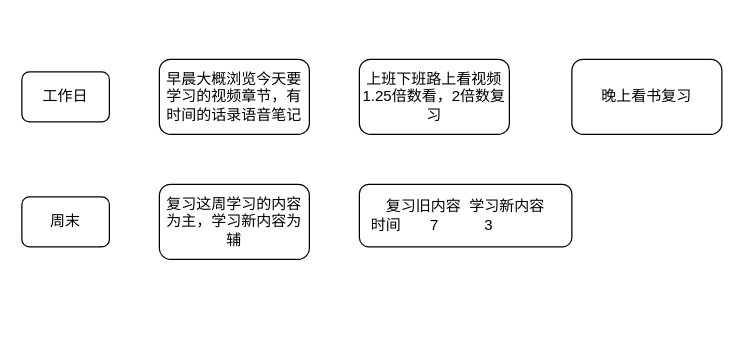
The draw.io diagram 正常的学习流程.drawio in Chenguoqing2008/drawio, before the edit. Source tidied: cells renumbered, new cells numbered last; positions are measured from the earlier drawing's top-left corner, leaving out a move shared by most shapes. Both pictures are drawn from the tidied source at 125%, with x=0, y=0 at pixel (21, 59).
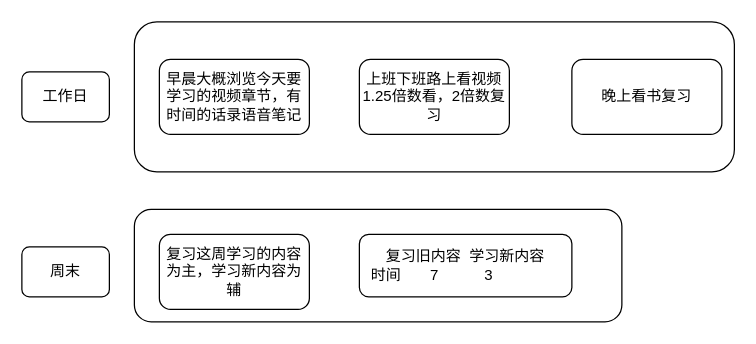
Above is the later version.

Commit message (it also covers changes not shown here):
Update 正常的学习流程.drawio

What changed in the source:
```diff
@@
 <mxGraphModel>
   <root>
     <mxCell id="0" />
     <mxCell id="1" parent="0" />
+    <mxCell id="9" style="rounded=1;whiteSpace=wrap;html=1;" parent="1" vertex="1">
+      <mxGeometry x="90" y="120" width="390" height="90" as="geometry" />
+    </mxCell>
+    <mxCell id="10" style="rounded=1;whiteSpace=wrap;html=1;" parent="1" vertex="1">
+      <mxGeometry x="90" y="-30" width="480" height="120" as="geometry" />
+    </mxCell>
     <mxCell id="2" value="早晨大概浏览今天要学习的视频章节，有时间的话录语音笔记" style="rounded=1;whiteSpace=wrap;html=1;" parent="1" vertex="1">
       <mxGeometry x="110" width="120" height="60" as="geometry" />
     </mxCell>
     <mxCell id="3" value="工作日" style="rounded=1;whiteSpace=wrap;html=1;" parent="1" vertex="1">
       <mxGeometry y="10" width="70" height="40" as="geometry" />
     </mxCell>
     <mxCell id="4" value="上班下班路上看视频1.25倍数看，2倍数复习" style="rounded=1;whiteSpace=wrap;html=1;" parent="1" vertex="1">
       <mxGeometry x="270" width="120" height="60" as="geometry" />
     </mxCell>
     <mxCell id="5" value="晚上看书复习" style="rounded=1;whiteSpace=wrap;html=1;" parent="1" vertex="1">
       <mxGeometry x="440" width="120" height="60" as="geometry" />
     </mxCell>
     <mxCell id="6" value="周末" style="rounded=1;whiteSpace=wrap;html=1;" parent="1" vertex="1">
-      <mxGeometry y="110" width="70" height="40" as="geometry" />
+      <mxGeometry y="150" width="70" height="40" as="geometry" />
     </mxCell>
     <mxCell id="7" value="复习这周学习的内容为主，学习新内容为辅" style="rounded=1;whiteSpace=wrap;html=1;" parent="1" vertex="1">
-      <mxGeometry x="110" y="100" width="120" height="60" as="geometry" />
+      <mxGeometry x="110" y="140" width="120" height="60" as="geometry" />
     </mxCell>
     <mxCell id="8" value="复习旧内容&amp;nbsp; 学习新内容&lt;br&gt;时间&amp;nbsp; &amp;nbsp; &amp;nbsp; &amp;nbsp;7&amp;nbsp; &amp;nbsp; &amp;nbsp; &amp;nbsp; &amp;nbsp; &amp;nbsp;3&amp;nbsp; &amp;nbsp; &amp;nbsp; &amp;nbsp; &amp;nbsp; &amp;nbsp; &amp;nbsp; &amp;nbsp;&amp;nbsp;&lt;br&gt;" style="rounded=1;whiteSpace=wrap;html=1;" parent="1" vertex="1">
-      <mxGeometry x="270" y="100" width="170" height="50" as="geometry" />
+      <mxGeometry x="270" y="140" width="170" height="50" as="geometry" />
     </mxCell>
   </root>
 </mxGraphModel>
```
